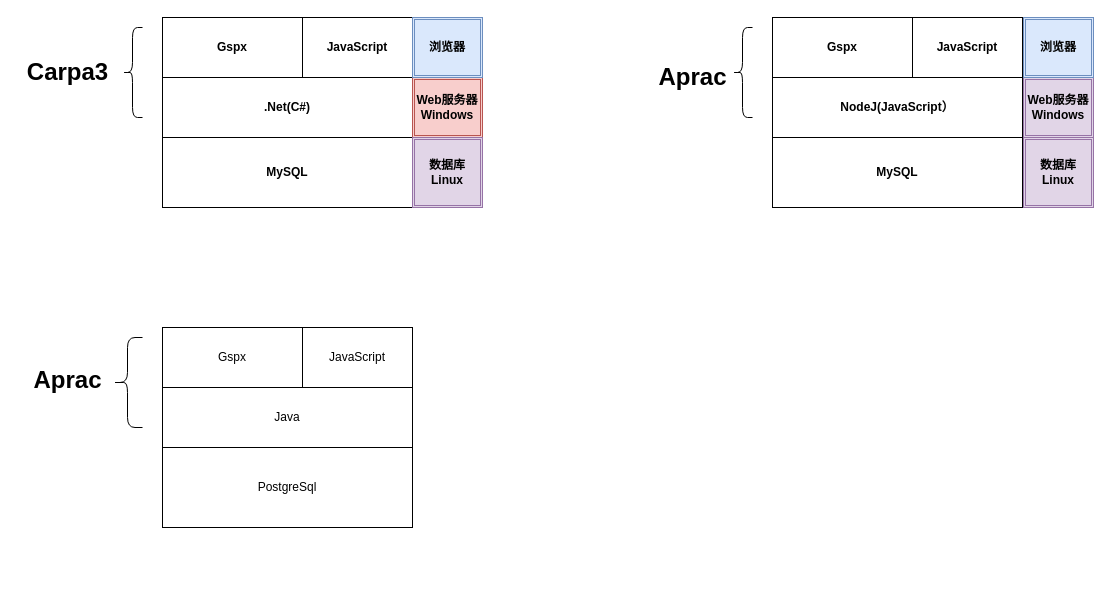
Above: page "Page-3" (3 of 5) of 云财务.drawio in mashifei/uml (draw.io), before the change. Source tidied: cells renumbered, new cells numbered last; positions are measured from the earlier drawing's top-left corner, leaving out a move shared by most shapes. Both pictures are drawn from the tidied source at 100%, with x=0, y=0 at pixel (17, 17).
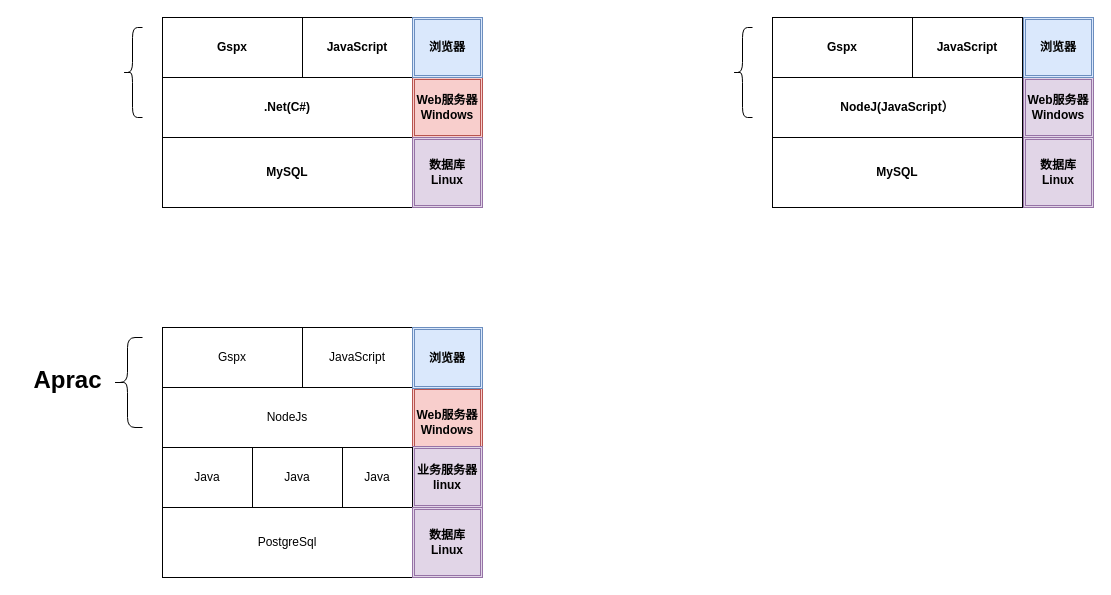
Above is the later version.

Change to the diagram source:
```diff
@@
     <mxCell id="13" value="Java" style="rounded=0;whiteSpace=wrap;html=1;" parent="1" vertex="1">
-      <mxGeometry x="145" y="370" width="250" height="60" as="geometry" />
+      <mxGeometry x="145" y="430" width="90" height="60" as="geometry" />
     </mxCell>
     <mxCell id="14" value="PostgreSql&lt;br&gt;" style="rounded=0;whiteSpace=wrap;html=1;" parent="1" vertex="1">
-      <mxGeometry x="145" y="430" width="250" height="80" as="geometry" />
+      <mxGeometry x="145" y="490" width="250" height="70" as="geometry" />
     </mxCell>
@@
-    <mxCell id="19" value="Carpa3" style="text;strokeColor=none;fillColor=none;html=1;fontSize=24;fontStyle=1;verticalAlign=middle;align=center;" parent="1" vertex="1">
-      <mxGeometry y="35" width="100" height="40" as="geometry" />
-    </mxCell>
-    <mxCell id="20" value="Aprac" style="text;strokeColor=none;fillColor=none;html=1;fontSize=24;fontStyle=1;verticalAlign=middle;align=center;" parent="1" vertex="1">
-      <mxGeometry x="625" y="40" width="100" height="40" as="geometry" />
-    </mxCell>
@@
+    <mxCell id="26" value="NodeJs" style="rounded=0;whiteSpace=wrap;html=1;" parent="1" vertex="1">
+      <mxGeometry x="145" y="370" width="250" height="60" as="geometry" />
+    </mxCell>
+    <mxCell id="27" value="Web服务器&lt;br&gt;Windows" style="shape=ext;double=1;rounded=0;whiteSpace=wrap;html=1;fillColor=#f8cecc;strokeColor=#b85450;fontStyle=1;" parent="1" vertex="1">
+      <mxGeometry x="395" y="370" width="70" height="70" as="geometry" />
+    </mxCell>
+    <mxCell id="28" value="业务服务器&lt;br&gt;linux" style="shape=ext;double=1;rounded=0;whiteSpace=wrap;html=1;fillColor=#e1d5e7;strokeColor=#9673a6;fontStyle=1;direction=south;" parent="1" vertex="1">
+      <mxGeometry x="395" y="429" width="70" height="61" as="geometry" />
+    </mxCell>
+    <mxCell id="29" value="Java" style="rounded=0;whiteSpace=wrap;html=1;" parent="1" vertex="1">
+      <mxGeometry x="235" y="430" width="90" height="60" as="geometry" />
+    </mxCell>
+    <mxCell id="30" value="Java" style="rounded=0;whiteSpace=wrap;html=1;" parent="1" vertex="1">
+      <mxGeometry x="325" y="430" width="70" height="60" as="geometry" />
+    </mxCell>
+    <mxCell id="31" value="数据库&lt;br&gt;Linux" style="shape=ext;double=1;rounded=0;whiteSpace=wrap;html=1;fillColor=#e1d5e7;strokeColor=#9673a6;direction=north;fontStyle=1;" parent="1" vertex="1">
+      <mxGeometry x="395" y="490" width="70" height="70" as="geometry" />
+    </mxCell>
+    <mxCell id="32" value="浏览器" style="shape=ext;double=1;rounded=0;whiteSpace=wrap;html=1;fillColor=#dae8fc;strokeColor=#6c8ebf;direction=south;fontStyle=1;" parent="1" vertex="1">
+      <mxGeometry x="395" y="310" width="70" height="61" as="geometry" />
+    </mxCell>
```
